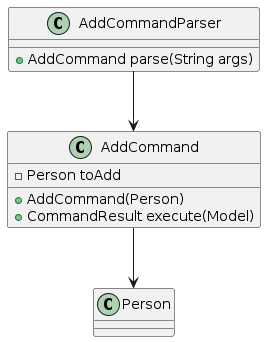
NoahKoh/tp keeps this PlantUML diagram as diagrams/AddCommandClassDiagram.png. Above is the earlier version. Its source is kept beside it as diagrams/AddCommandClassDiagram.puml.
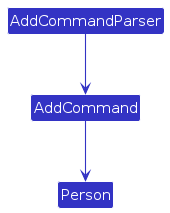
After the change.

Change to the diagram source:
```diff
@@ -1,4 +1,9 @@
 @startuml
+!include style.puml
+skinparam arrowThickness 1.1
+skinparam arrowColor LOGIC_COLOR
+skinparam classBackgroundColor LOGIC_COLOR
+
 class AddCommand {
   - Person toAdd
   + AddCommand(Person)
```
